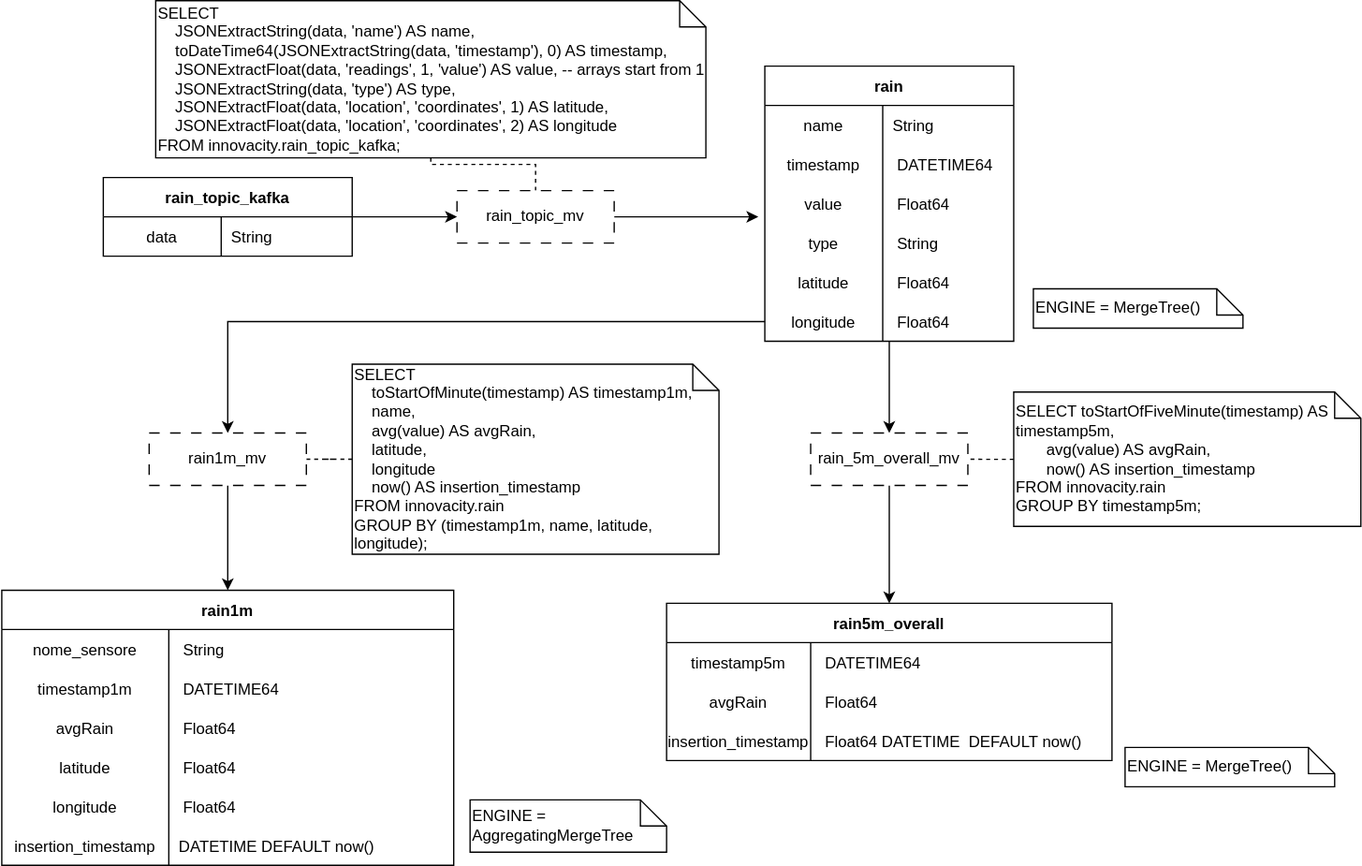
SWATEngineering/Docs keeps this draw.io diagram as src/3_PB/SpecificaTecnica/DBscheme/DB_Rain.svg. Above is the earlier version. Source tidied: cells renumbered, new cells last; positions are measured from the earlier drawing's top-left corner, leaving out a move shared by most shapes.
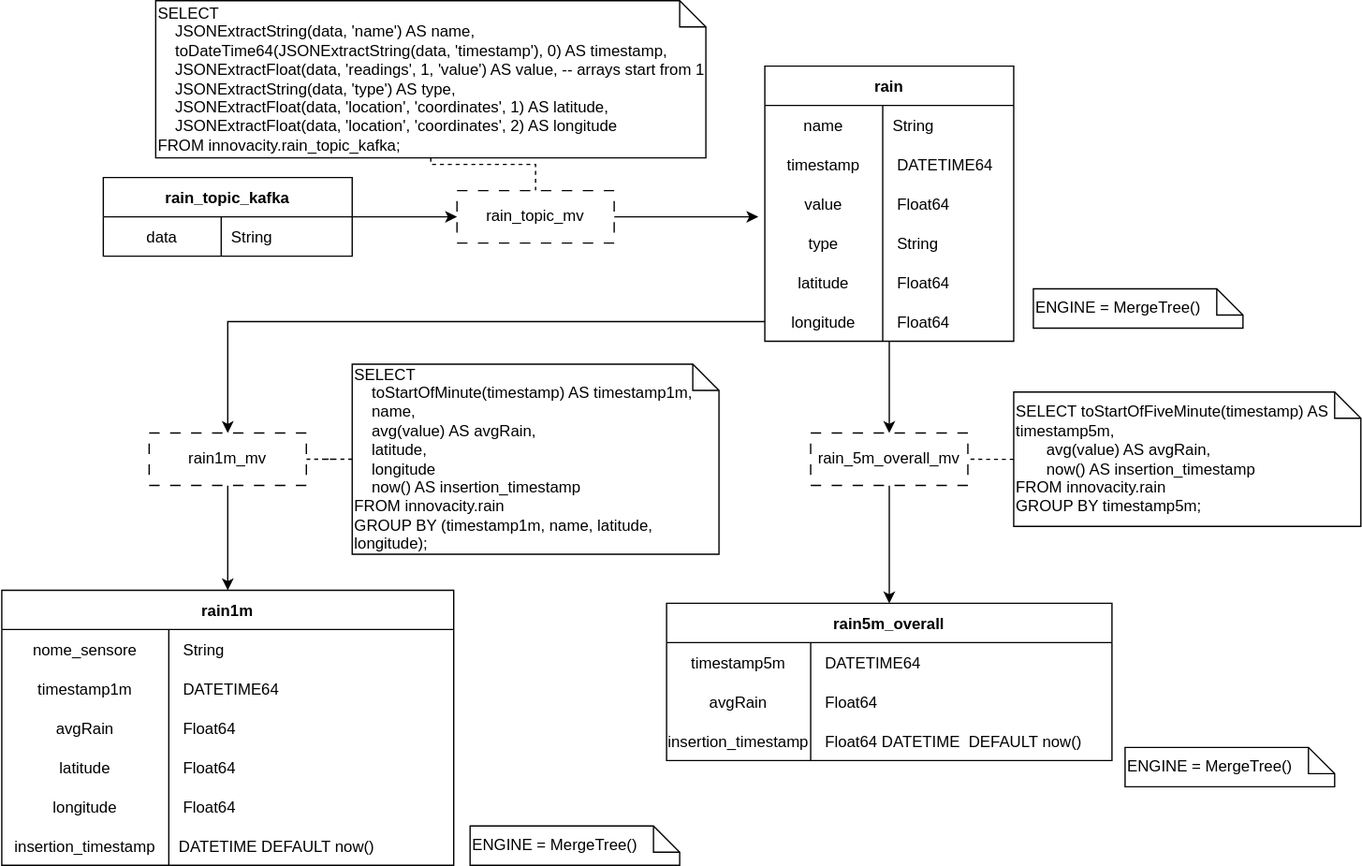
After the commit.

Commit message:
rimozione aggregatemergetree

Change to the diagram source:
```diff
@@ -208,11 +208,11 @@
     <mxCell id="69" value="&lt;div align=&quot;left&quot;&gt;ENGINE = MergeTree()&lt;/div&gt;" style="shape=note;size=20;whiteSpace=wrap;html=1;align=left;" parent="1" vertex="1">
       <mxGeometry x="858" y="570" width="160" height="30" as="geometry" />
     </mxCell>
-    <mxCell id="70" value="&lt;div align=&quot;left&quot;&gt;ENGINE = AggregatingMergeTree&lt;br&gt;&lt;/div&gt;" style="shape=note;size=20;whiteSpace=wrap;html=1;align=left;" parent="1" vertex="1">
-      <mxGeometry x="358" y="610" width="150" height="40" as="geometry" />
-    </mxCell>
     <mxCell id="71" value="&lt;div align=&quot;left&quot;&gt;ENGINE = MergeTree()&lt;/div&gt;" style="shape=note;size=20;whiteSpace=wrap;html=1;align=left;" parent="1" vertex="1">
       <mxGeometry x="788" y="220" width="160" height="30" as="geometry" />
     </mxCell>
+    <mxCell id="72" value="&lt;div align=&quot;left&quot;&gt;ENGINE = MergeTree()&lt;/div&gt;" style="shape=note;size=20;whiteSpace=wrap;html=1;align=left;" parent="1" vertex="1">
+      <mxGeometry x="358" y="630" width="160" height="30" as="geometry" />
+    </mxCell>
   </root>
 </mxGraphModel>
```
